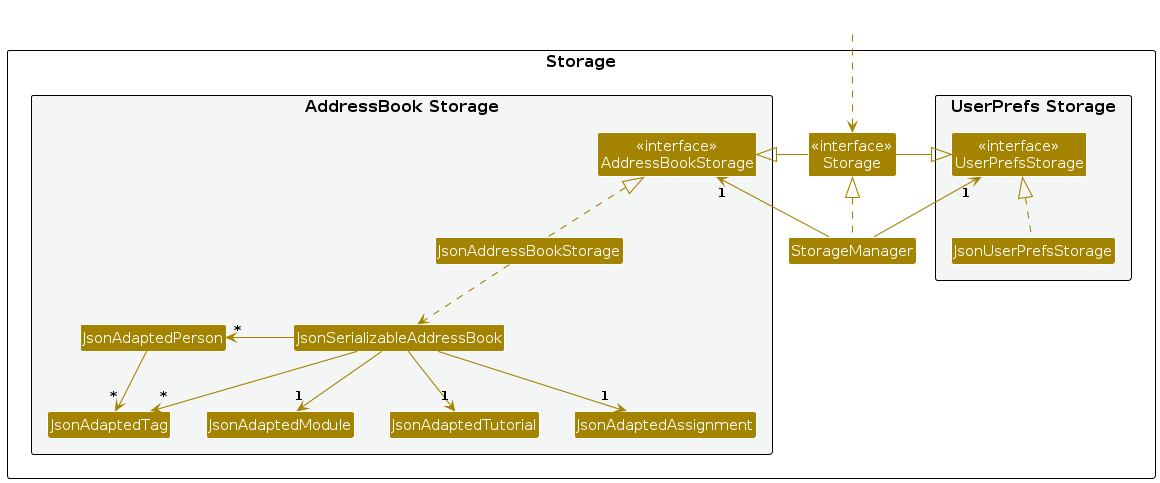
cbj252/tp keeps this PlantUML diagram as diagrams/StorageClassDiagram.png. Above is the earlier version. Its source is kept beside it as diagrams/StorageClassDiagram.puml. Its diagram source:
```plantuml
@startuml
!include style.puml
skinparam arrowThickness 1.1
skinparam arrowColor STORAGE_COLOR
skinparam classBackgroundColor STORAGE_COLOR

package Storage as StoragePackage {

package "UserPrefs Storage" #F4F6F6{
Class "<<interface>>\nUserPrefsStorage" as UserPrefsStorage
Class JsonUserPrefsStorage
}

Class "<<interface>>\nStorage" as Storage
Class StorageManager

package "AddressBook Storage" #F4F6F6{
Class "<<interface>>\nAddressBookStorage" as AddressBookStorage
Class JsonAddressBookStorage
Class JsonSerializableAddressBook
Class JsonAdaptedPerson
Class JsonAdaptedModule
Class JsonAdaptedTutorial
Class JsonAdaptedTag
Class JsonAdaptedAssignment
}

}

Class HiddenOutside #FFFFFF
HiddenOutside ..> Storage

StorageManager .up.|> Storage
StorageManager -up-> "1" UserPrefsStorage
StorageManager -up-> "1" AddressBookStorage

Storage -left-|> UserPrefsStorage
Storage -right-|> AddressBookStorage

JsonUserPrefsStorage .up.|> UserPrefsStorage
JsonAddressBookStorage .up.|> AddressBookStorage
JsonAddressBookStorage ..> JsonSerializableAddressBook
JsonSerializableAddressBook -left-> "*" JsonAdaptedPerson
JsonSerializableAddressBook -down-> "1" JsonAdaptedModule
JsonSerializableAddressBook -down-> "1" JsonAdaptedTutorial
JsonSerializableAddressBook -down-> "1" JsonAdaptedAssignment
JsonSerializableAddressBook -down-> "*" JsonAdaptedTag
JsonAdaptedPerson --> "*" JsonAdaptedTag

@enduml
```
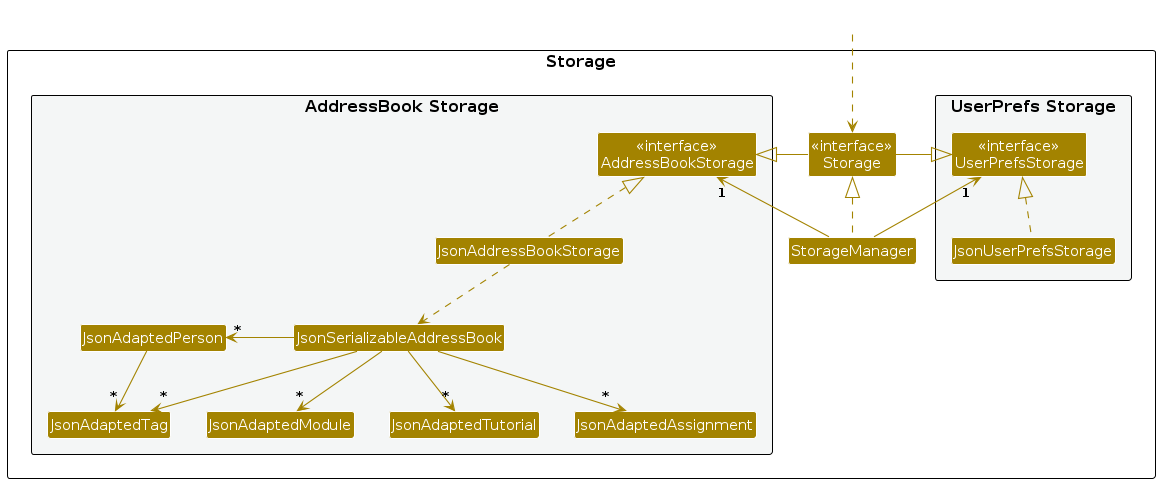
After the commit.

Change to the diagram source:
```diff
@@ -41,9 +41,9 @@
 JsonAddressBookStorage .up.|> AddressBookStorage
 JsonAddressBookStorage ..> JsonSerializableAddressBook
 JsonSerializableAddressBook -left-> "*" JsonAdaptedPerson
-JsonSerializableAddressBook -down-> "1" JsonAdaptedModule
-JsonSerializableAddressBook -down-> "1" JsonAdaptedTutorial
-JsonSerializableAddressBook -down-> "1" JsonAdaptedAssignment
+JsonSerializableAddressBook -down-> "*" JsonAdaptedModule
+JsonSerializableAddressBook -down-> "*" JsonAdaptedTutorial
+JsonSerializableAddressBook -down-> "*" JsonAdaptedAssignment
 JsonSerializableAddressBook -down-> "*" JsonAdaptedTag
 JsonAdaptedPerson --> "*" JsonAdaptedTag
 
```
